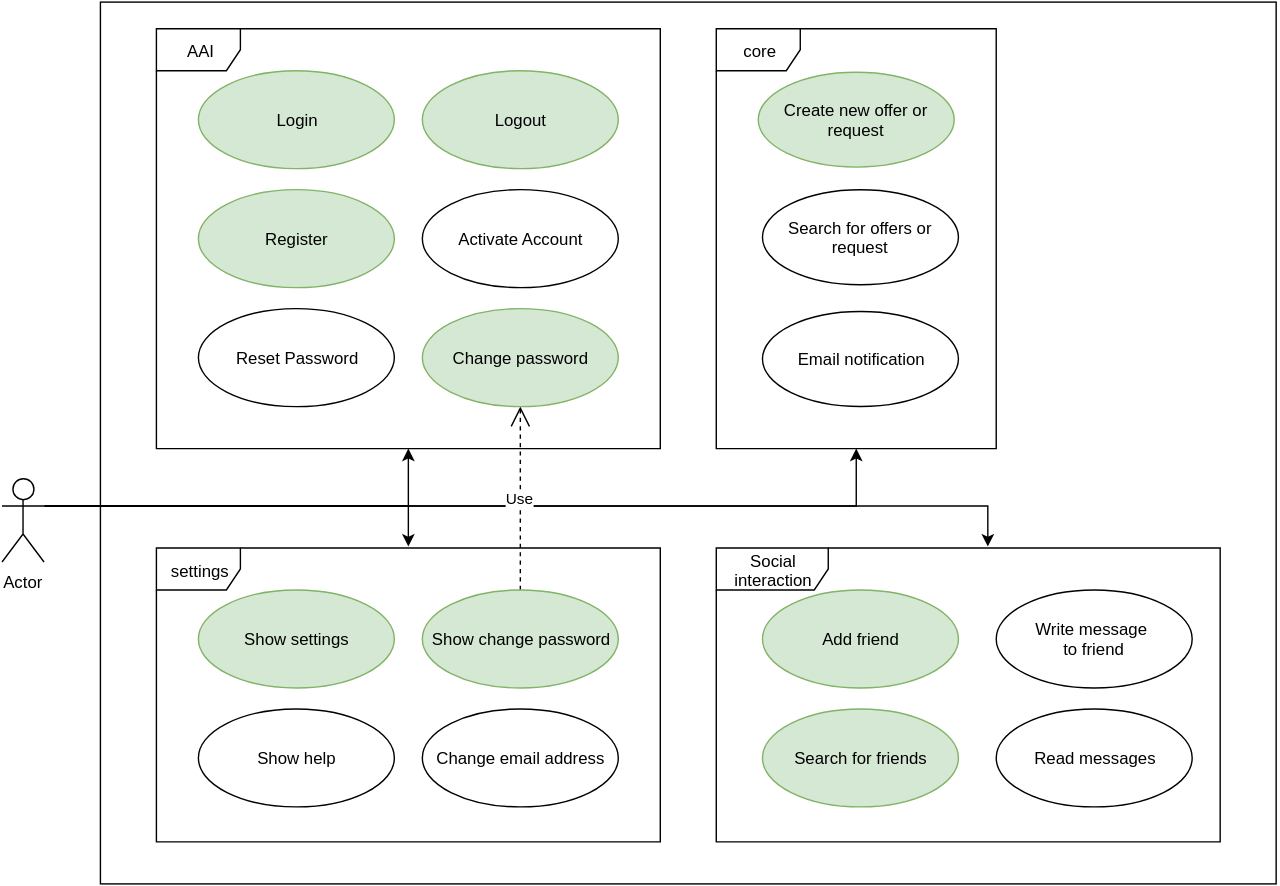
WMerk/vnvDoc keeps this draw.io diagram as doc/use cases/SRS_trans.svg. Above is the earlier version. Source tidied: cells renumbered, new cells last; positions are measured from the earlier drawing's top-left corner, leaving out a move shared by most shapes.
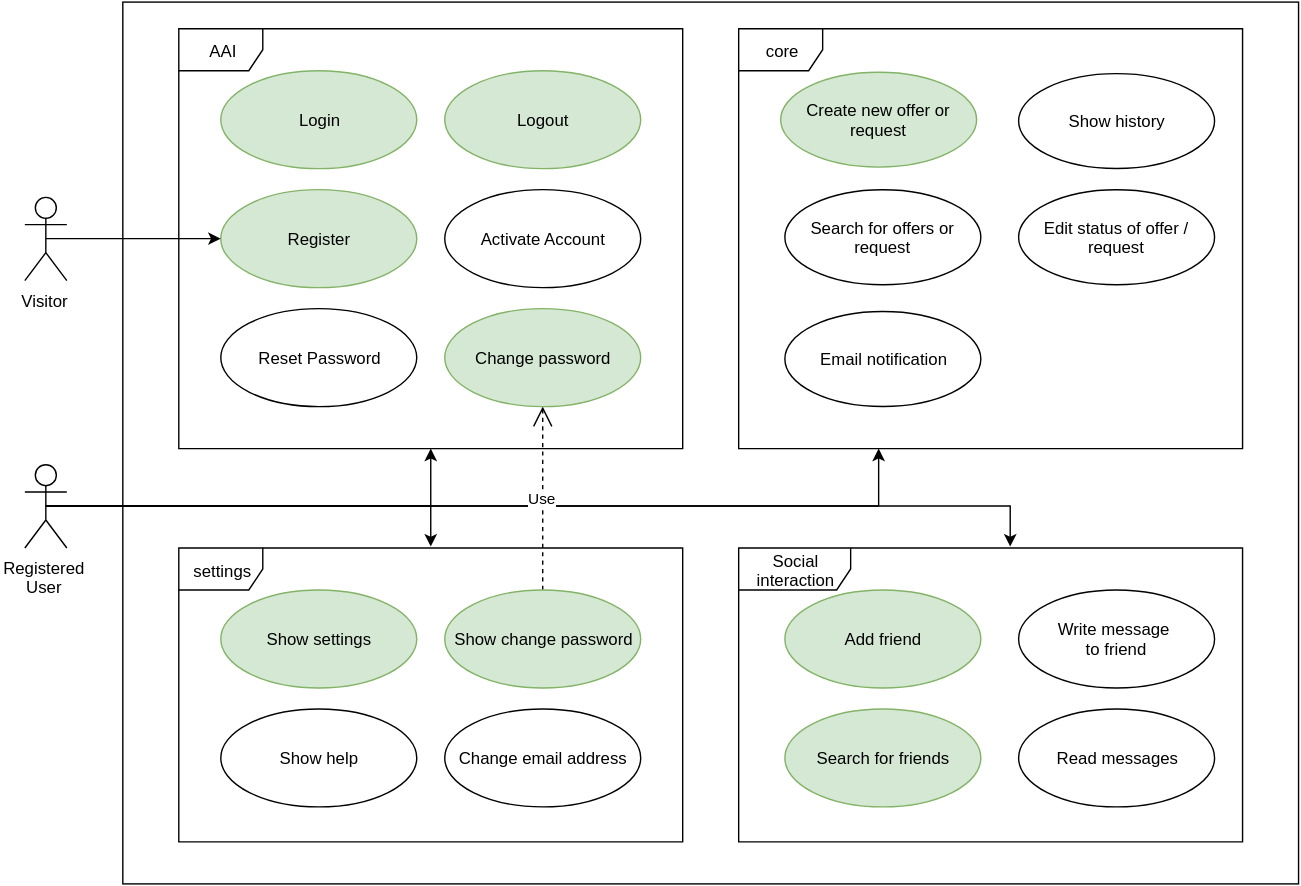
After the change.

Change to the diagram source:
```diff
@@ -5,20 +5,36 @@
     <mxCell id="2" style="html=1;" parent="1" vertex="1">
       <mxGeometry x="70" width="840" height="630" as="geometry" />
     </mxCell>
-    <mxCell id="3" style="edgeStyle=orthogonalEdgeStyle;rounded=0;html=1;exitX=1;exitY=0.3333333333333333;exitPerimeter=0;jettySize=auto;" parent="1" edge="1" source="7" target="24">
-      <mxGeometry relative="1" as="geometry" />
+    <mxCell id="3" style="edgeStyle=orthogonalEdgeStyle;rounded=0;html=1;exitX=0.5;exitY=0.5;exitPerimeter=0;jettySize=auto;" parent="1" edge="1" source="7" target="24">
+      <mxGeometry relative="1" as="geometry">
+        <Array as="points">
+          <mxPoint x="610" y="360" />
+        </Array>
+      </mxGeometry>
     </mxCell>
-    <mxCell id="4" style="edgeStyle=orthogonalEdgeStyle;rounded=0;html=1;exitX=1;exitY=0.3333333333333333;exitPerimeter=0;entryX=0.539;entryY=-0.005;entryPerimeter=0;jettySize=auto;" parent="1" edge="1" source="7" target="33">
-      <mxGeometry relative="1" as="geometry" />
+    <mxCell id="4" style="edgeStyle=orthogonalEdgeStyle;rounded=0;html=1;exitX=0.5;exitY=0.5;exitPerimeter=0;entryX=0.539;entryY=-0.005;entryPerimeter=0;jettySize=auto;" parent="1" edge="1" source="7" target="33">
+      <mxGeometry relative="1" as="geometry">
+        <Array as="points">
+          <mxPoint x="704" y="360" />
+        </Array>
+      </mxGeometry>
     </mxCell>
-    <mxCell id="5" style="edgeStyle=orthogonalEdgeStyle;rounded=0;html=1;exitX=1;exitY=0.3333333333333333;exitPerimeter=0;jettySize=auto;" parent="1" edge="1" source="7" target="12">
-      <mxGeometry relative="1" as="geometry" />
+    <mxCell id="5" style="edgeStyle=orthogonalEdgeStyle;rounded=0;html=1;exitX=0.5;exitY=0.5;exitPerimeter=0;jettySize=auto;" parent="1" edge="1" source="7" target="12">
+      <mxGeometry relative="1" as="geometry">
+        <Array as="points">
+          <mxPoint x="290" y="360" />
+        </Array>
+      </mxGeometry>
     </mxCell>
-    <mxCell id="6" style="edgeStyle=orthogonalEdgeStyle;rounded=0;html=1;exitX=1;exitY=0.3333333333333333;exitPerimeter=0;entryX=0.499;entryY=-0.004;entryPerimeter=0;jettySize=auto;" parent="1" edge="1" source="7" target="18">
-      <mxGeometry relative="1" as="geometry" />
+    <mxCell id="6" style="edgeStyle=orthogonalEdgeStyle;rounded=0;html=1;exitX=0.5;exitY=0.5;exitPerimeter=0;entryX=0.499;entryY=-0.004;entryPerimeter=0;jettySize=auto;" parent="1" edge="1" source="7" target="18">
+      <mxGeometry relative="1" as="geometry">
+        <Array as="points">
+          <mxPoint x="290" y="360" />
+        </Array>
+      </mxGeometry>
     </mxCell>
-    <mxCell id="7" value="Actor" style="shape=umlActor;verticalLabelPosition=bottom;labelBackgroundColor=#ffffff;verticalAlign=top;html=1;" parent="1" vertex="1">
-      <mxGeometry x="-0.3" y="340" width="30" height="60" as="geometry" />
+    <mxCell id="7" value="Registered&lt;div&gt;User&lt;/div&gt;" style="shape=umlActor;verticalLabelPosition=bottom;labelBackgroundColor=#ffffff;verticalAlign=top;html=1;" parent="1" vertex="1">
+      <mxGeometry y="330" width="30" height="60" as="geometry" />
     </mxCell>
     <mxCell id="8" value="Use" style="endArrow=open;endSize=12;dashed=1;html=1;" parent="1" edge="1" source="21" target="10">
       <mxGeometry relative="1" as="geometry" />
@@ -65,21 +81,6 @@
     <mxCell id="22" value="Show help" style="ellipse;whiteSpace=wrap;html=1;" parent="17" vertex="1">
       <mxGeometry x="30" y="115" width="140" height="70" as="geometry" />
     </mxCell>
-    <mxCell id="23" style="group;" parent="1" vertex="1">
-      <mxGeometry x="510" y="19" width="200" height="300" as="geometry" />
-    </mxCell>
-    <mxCell id="24" value="core" style="shape=umlFrame;whiteSpace=wrap;html=1;" parent="23" vertex="1">
-      <mxGeometry width="200" height="300" as="geometry" />
-    </mxCell>
-    <mxCell id="25" value="Create new offer or request" style="ellipse;whiteSpace=wrap;html=1;fillColor=#d5e8d4;strokeColor=#82b366;" parent="23" vertex="1">
-      <mxGeometry x="30" y="30.8" width="140" height="67.8" as="geometry" />
-    </mxCell>
-    <mxCell id="26" value="Search for offers or request" style="ellipse;whiteSpace=wrap;html=1;" parent="23" vertex="1">
-      <mxGeometry x="33" y="115" width="140" height="67.8" as="geometry" />
-    </mxCell>
-    <mxCell id="27" value="Email notification" style="ellipse;whiteSpace=wrap;html=1;" parent="23" vertex="1">
-      <mxGeometry x="33" y="202.2" width="140" height="67.8" as="geometry" />
-    </mxCell>
     <mxCell id="28" style="group;" parent="1" vertex="1">
       <mxGeometry x="510" y="390" width="360" height="210" as="geometry" />
     </mxCell>
@@ -98,5 +99,32 @@
     <mxCell id="33" value="Social interaction" style="shape=umlFrame;whiteSpace=wrap;html=1;width=80;height=30;" parent="28" vertex="1">
       <mxGeometry width="360" height="210" as="geometry" />
     </mxCell>
+    <mxCell id="34" style="edgeStyle=orthogonalEdgeStyle;rounded=0;html=1;exitX=0.5;exitY=0.5;exitPerimeter=0;jettySize=auto;" parent="1" edge="1" source="35" target="14">
+      <mxGeometry relative="1" as="geometry" />
+    </mxCell>
+    <mxCell id="35" value="Visitor" style="shape=umlActor;verticalLabelPosition=bottom;labelBackgroundColor=#ffffff;verticalAlign=top;html=1;" parent="1" vertex="1">
+      <mxGeometry y="139" width="30" height="60" as="geometry" />
+    </mxCell>
+    <mxCell id="36" style="group;" parent="1" vertex="1">
+      <mxGeometry x="510" y="19" width="360" height="300" as="geometry" />
+    </mxCell>
+    <mxCell id="37" value="Edit status of offer / request" style="ellipse;whiteSpace=wrap;html=1;" parent="36" vertex="1">
+      <mxGeometry x="200" y="115" width="140" height="67.8" as="geometry" />
+    </mxCell>
+    <mxCell id="24" value="core" style="shape=umlFrame;whiteSpace=wrap;html=1;" parent="36" vertex="1">
+      <mxGeometry width="360" height="300" as="geometry" />
+    </mxCell>
+    <mxCell id="25" value="Create new offer or request" style="ellipse;whiteSpace=wrap;html=1;fillColor=#d5e8d4;strokeColor=#82b366;" parent="36" vertex="1">
+      <mxGeometry x="30" y="30.8" width="140" height="67.8" as="geometry" />
+    </mxCell>
+    <mxCell id="26" value="Search for offers or request" style="ellipse;whiteSpace=wrap;html=1;" parent="36" vertex="1">
+      <mxGeometry x="33" y="115" width="140" height="67.8" as="geometry" />
+    </mxCell>
+    <mxCell id="27" value="Email notification" style="ellipse;whiteSpace=wrap;html=1;" parent="36" vertex="1">
+      <mxGeometry x="33" y="202.2" width="140" height="67.8" as="geometry" />
+    </mxCell>
+    <mxCell id="38" value="Show history" style="ellipse;whiteSpace=wrap;html=1;" parent="36" vertex="1">
+      <mxGeometry x="200" y="32" width="140" height="67.8" as="geometry" />
+    </mxCell>
   </root>
 </mxGraphModel>
```
